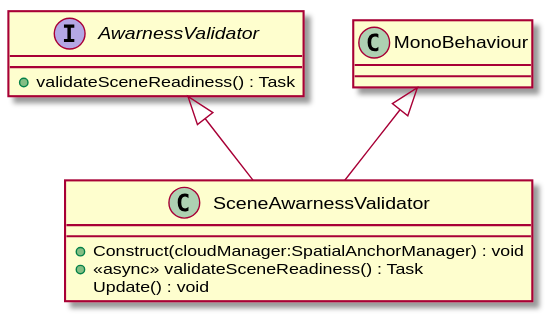
Above: UML/Assets/Scripts/SceneAwarnessValidator.svg in DeNatur/ProductionFloorVisualization (PlantUML), before the change. Source of this version:
```plantuml
@startuml
interface AwarnessValidator {
    + validateSceneReadiness() : Task
}
class SceneAwarnessValidator {
    + Construct(cloudManager:SpatialAnchorManager) : void
    + <<async>> validateSceneReadiness() : Task
    Update() : void
}
MonoBehaviour <|-- SceneAwarnessValidator
AwarnessValidator <|-- SceneAwarnessValidator
@enduml
```
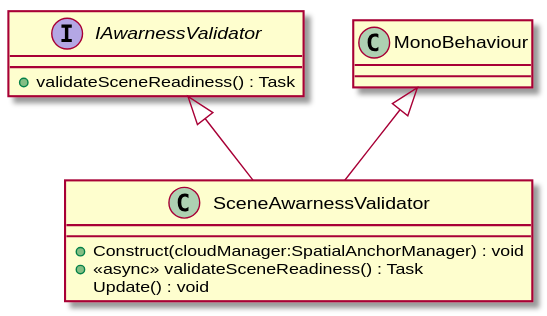
After the change.

Change to the diagram source:
```diff
@@ -1,5 +1,5 @@
 @startuml
-interface AwarnessValidator {
+interface IAwarnessValidator {
     + validateSceneReadiness() : Task
 }
 class SceneAwarnessValidator {
@@ -8,5 +8,5 @@
     Update() : void
 }
 MonoBehaviour <|-- SceneAwarnessValidator
-AwarnessValidator <|-- SceneAwarnessValidator
+IAwarnessValidator <|-- SceneAwarnessValidator
 @enduml
```
